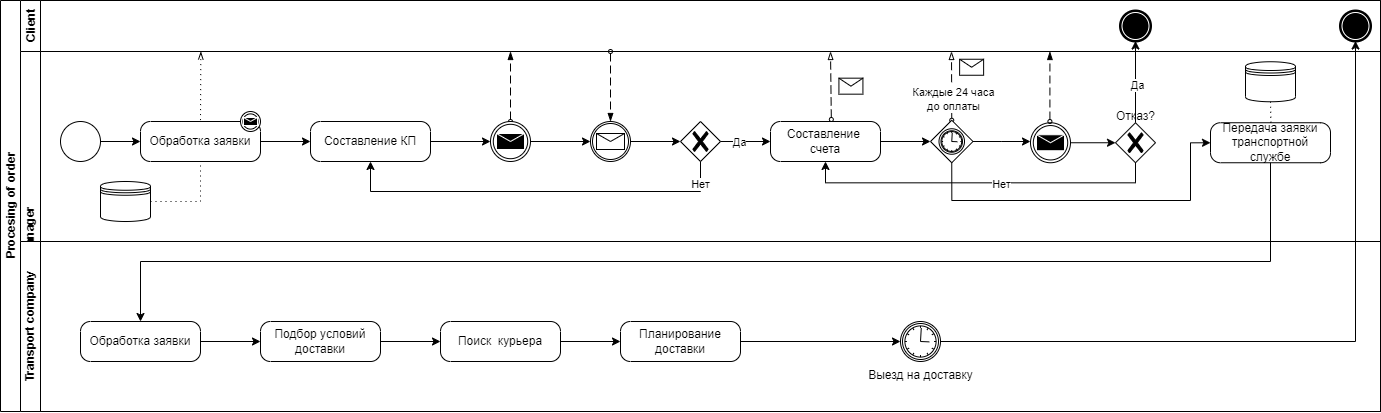
The draw.io diagram Projects/Business_process/Processing_BPMN.drawio.png in biblelover1/main_repo, before a commit. Source tidied: cells renumbered, new cells last; positions are measured from the earlier drawing's top-left corner, leaving out a move shared by most shapes.
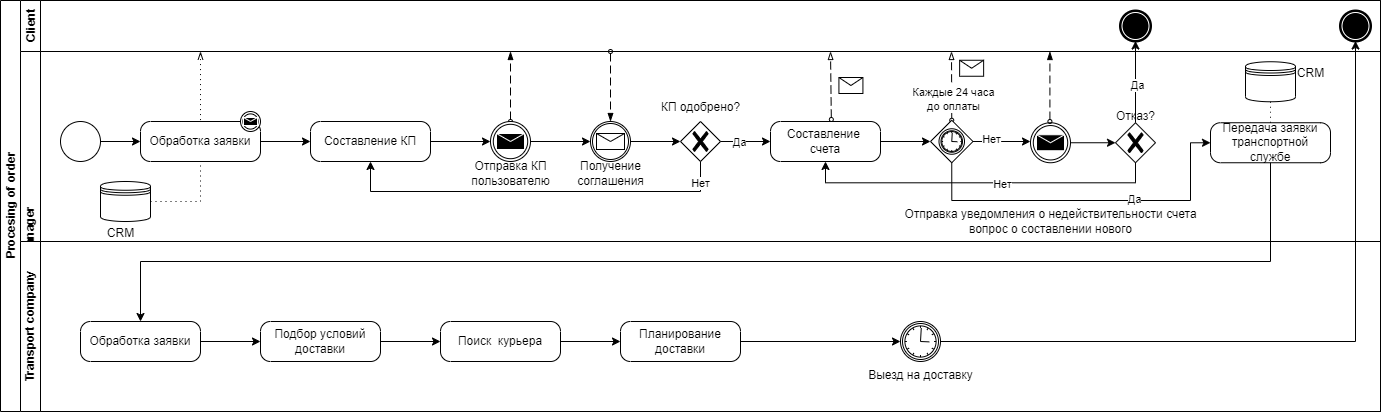
The same file after the commit.

Diff of the diagram source:
```diff
@@ -178,6 +178,9 @@
         </Array>
       </mxGeometry>
     </mxCell>
+    <mxCell id="62" value="Да" style="edgeLabel;html=1;align=center;verticalAlign=middle;" parent="48" vertex="1">
+      <mxGeometry x="0.24" y="2" relative="1" as="geometry" />
+    </mxCell>
     <mxCell id="49" style="points=[[0.25,0.25,0],[0.5,0,0],[0.75,0.25,0],[1,0.5,0],[0.75,0.75,0],[0.5,1,0],[0.25,0.75,0],[0,0.5,0]];shape=mxgraph.bpmn.gateway2;html=1;verticalLabelPosition=bottom;labelBackgroundColor=#ffffff;verticalAlign=top;align=center;perimeter=rhombusPerimeter;outlineConnect=0;outline=catching;symbol=timer;" parent="6" vertex="1">
       <mxGeometry x="910" y="68.8" width="42.5" height="42.5" as="geometry" />
     </mxCell>
@@ -189,6 +192,9 @@
         <mxPoint x="1010" y="90" as="targetPoint" />
       </mxGeometry>
     </mxCell>
+    <mxCell id="63" value="Нет" style="edgeLabel;html=1;align=center;verticalAlign=middle;" parent="51" vertex="1">
+      <mxGeometry x="-0.38" y="3" relative="1" as="geometry" />
+    </mxCell>
     <mxCell id="52" style="points=[[0.25,0.25,0],[0.5,0,0],[0.75,0.25,0],[1,0.5,0],[0.75,0.75,0],[0.5,1,0],[0.25,0.75,0],[0,0.5,0]];shape=mxgraph.bpmn.gateway2;html=1;verticalLabelPosition=bottom;labelBackgroundColor=#ffffff;verticalAlign=top;align=center;perimeter=rhombusPerimeter;outlineConnect=0;outline=none;symbol=none;gwType=exclusive;" parent="6" vertex="1">
       <mxGeometry x="1095" y="71.2" width="40" height="40" as="geometry" />
     </mxCell>
@@ -213,6 +219,12 @@
     <mxCell id="58" value="Отказ?" style="text;html=1;align=center;verticalAlign=middle;strokeColor=none;fillColor=none;" parent="6" vertex="1">
       <mxGeometry x="1085" y="50.2" width="60" height="30" as="geometry" />
     </mxCell>
+    <mxCell id="64" value="КП одобрено?" style="text;html=1;align=center;verticalAlign=middle;strokeColor=none;fillColor=none;" parent="6" vertex="1">
+      <mxGeometry x="630" y="41.2" width="100" height="30" as="geometry" />
+    </mxCell>
+    <mxCell id="65" value="Отправка уведомления о недействительности счета&lt;br&gt;вопрос о составлении нового" style="text;html=1;align=center;verticalAlign=middle;strokeColor=none;fillColor=none;" parent="6" vertex="1">
+      <mxGeometry x="870" y="150" width="320" height="40" as="geometry" />
+    </mxCell>
     <mxCell id="59" style="edgeStyle=orthogonalEdgeStyle;rounded=0;jettySize=auto;html=1;exitX=1;exitY=0.5;exitDx=0;exitDy=0;exitPerimeter=0;entryX=0.5;entryY=1;entryDx=0;entryDy=0;entryPerimeter=0;" parent="2" edge="1" source="35" target="4">
       <mxGeometry relative="1" as="geometry" />
     </mxCell>
@@ -222,5 +234,17 @@
     <mxCell id="61" value="Да" style="edgeLabel;html=1;align=center;verticalAlign=middle;" parent="60" vertex="1">
       <mxGeometry x="-0.07" y="-1" relative="1" as="geometry" />
     </mxCell>
+    <mxCell id="66" value="Отправка КП&lt;br&gt;пользователю" style="text;html=1;align=center;verticalAlign=middle;strokeColor=none;fillColor=none;" parent="1" vertex="1">
+      <mxGeometry x="460" y="153" width="100" height="40" as="geometry" />
+    </mxCell>
+    <mxCell id="67" value="Получение&lt;br&gt;соглашения" style="text;html=1;align=center;verticalAlign=middle;strokeColor=none;fillColor=none;" parent="1" vertex="1">
+      <mxGeometry x="565" y="153" width="90" height="40" as="geometry" />
+    </mxCell>
+    <mxCell id="68" value="CRM" style="text;html=1;align=center;verticalAlign=middle;strokeColor=none;fillColor=none;" parent="1" vertex="1">
+      <mxGeometry x="1285" y="58" width="50" height="30" as="geometry" />
+    </mxCell>
+    <mxCell id="69" value="CRM" style="text;html=1;align=center;verticalAlign=middle;strokeColor=none;fillColor=none;" parent="1" vertex="1">
+      <mxGeometry x="95" y="218" width="50" height="30" as="geometry" />
+    </mxCell>
   </root>
 </mxGraphModel>
```
